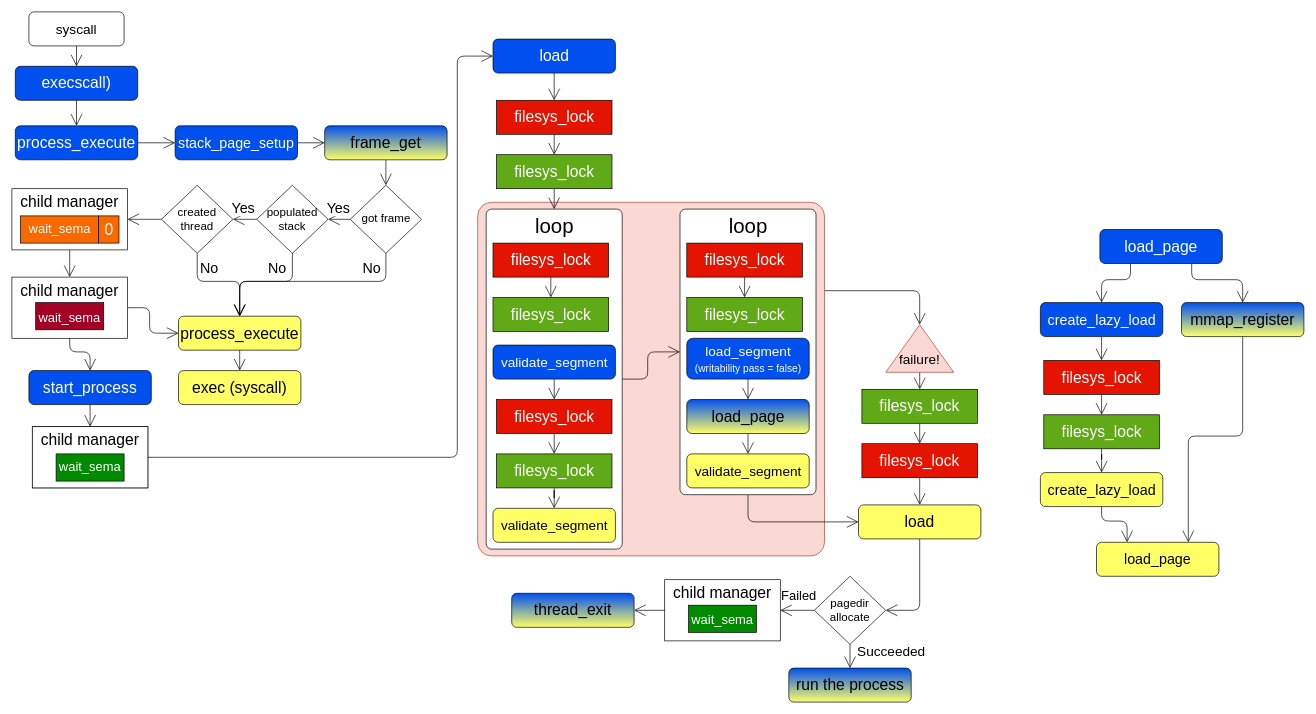
OliverKillane/Imperial-Pintos keeps this draw.io diagram as doc/Task 3 - Design Document/diagram/synch load.drawio. Above is the earlier version. Source tidied: cells renumbered, new cells numbered last; positions are measured from the earlier drawing's top-left corner, leaving out a move shared by most shapes. Both pictures are drawn from the tidied source at 68%, with x=0, y=0 at pixel (12, 12).
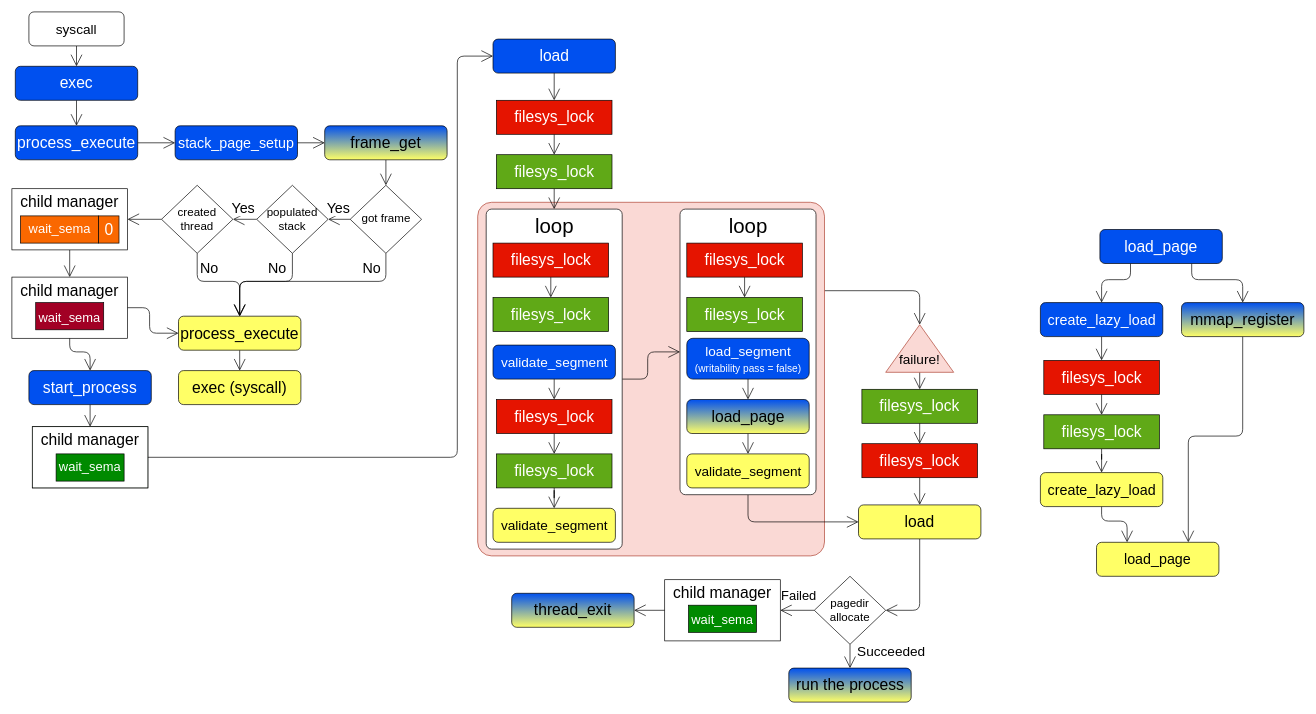
The same diagram, later.

Commit message (it also covers changes not shown here):
Updated diagrams: - removed typo from exec syscall and swap_page_evict - updated try_sema_down to sema_down in frame locking

Diff of the diagram source:
```diff
@@
-    <mxCell id="18" value="execscall)" style="rounded=1;whiteSpace=wrap;html=1;fontSize=23;fillColor=#0050ef;fontColor=#ffffff;" parent="1" vertex="1">
+    <mxCell id="18" value="exec" style="rounded=1;whiteSpace=wrap;html=1;fontSize=23;fillColor=#0050ef;fontColor=#ffffff;" parent="1" vertex="1">
       <mxGeometry x="5" y="80" width="180" height="50" as="geometry" />
     </mxCell>
```
